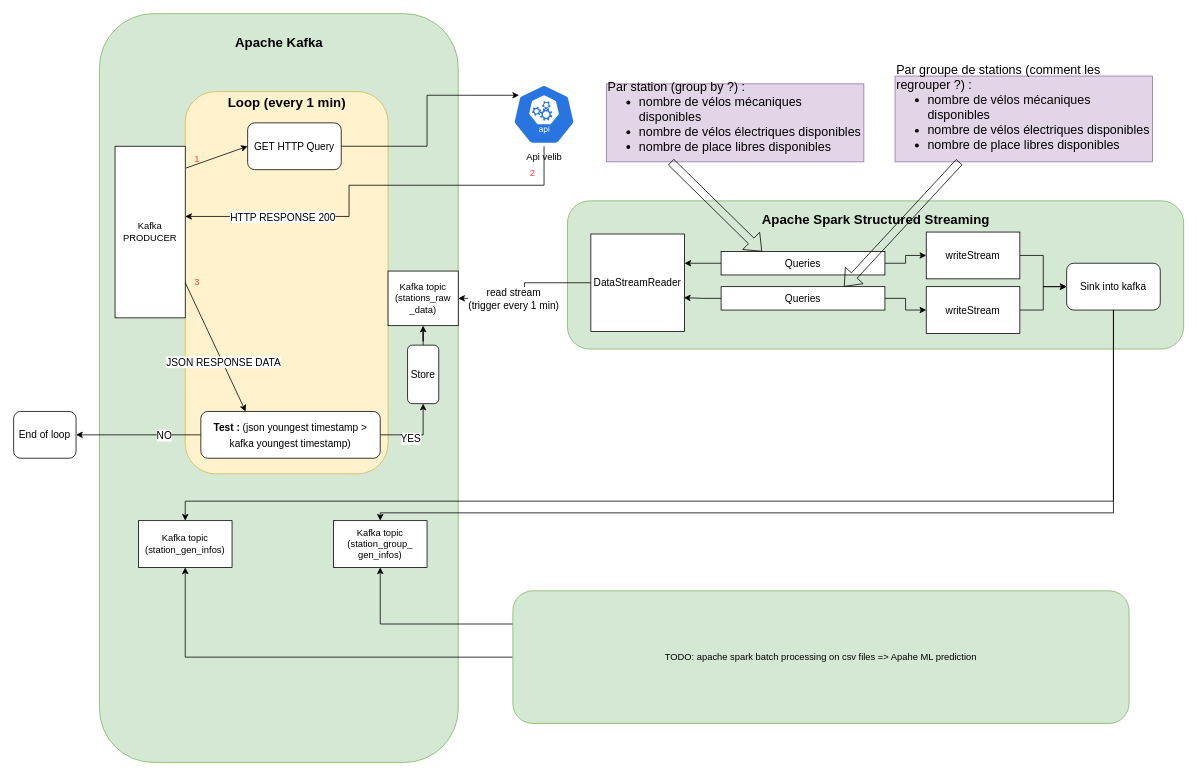
The draw.io diagram docs/App simple architecture.drawio in NicolasThaize/velib-prj, before the edit. Source tidied: cells renumbered, new cells numbered last; positions are measured from the earlier drawing's top-left corner, leaving out a move shared by most shapes. Both pictures are drawn from the tidied source at 78%, with x=0, y=0 at pixel (13, 13).
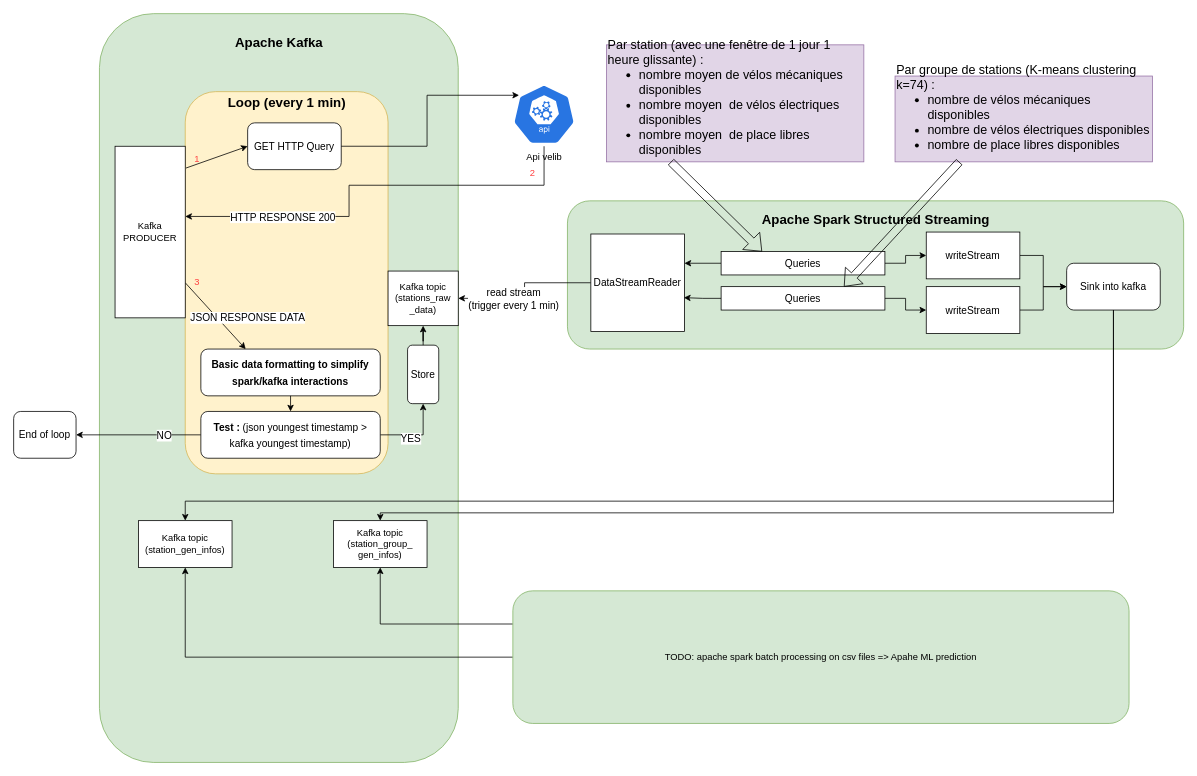
After the change.

Unchanged cells that the change refers to:
```xml
<mxCell id="9" style="group;" parent="1" vertex="1">
  <mxGeometry x="220" y="100" width="260" height="490" as="geometry" />
</mxCell>
<mxCell id="10" style="rounded=1;whiteSpace=wrap;html=1;fillColor=#fff2cc;strokeColor=#d6b656;" parent="9" vertex="1">
  <mxGeometry width="260" height="490" as="geometry" />
</mxCell>
<mxCell id="25" value="&lt;font style=&quot;font-size: 13px;&quot;&gt;&lt;b&gt;Test : &lt;/b&gt;(json youngest timestamp &amp;gt; kafka youngest timestamp)&lt;/font&gt;" style="rounded=1;whiteSpace=wrap;html=1;fontSize=17;fontColor=#000000;" parent="1" vertex="1">
  <mxGeometry x="240" y="510" width="230" height="60" as="geometry" />
</mxCell>
```

What changed in the source:
```diff
@@
+    <mxCell id="58" value="&lt;span style=&quot;font-size: 13px;&quot;&gt;&lt;b&gt;Basic data formatting to simplify spark/kafka interactions&lt;/b&gt;&lt;/span&gt;" style="rounded=1;whiteSpace=wrap;html=1;fontSize=17;fontColor=#000000;" parent="9" vertex="1">
+      <mxGeometry x="20" y="330" width="230" height="60" as="geometry" />
+    </mxCell>
+    <mxCell id="19" style="endArrow=classic;html=1;rounded=0;fontSize=17;fontColor=#000000;exitX=0;exitY=0.5;exitDx=0;exitDy=0;entryX=0.25;entryY=0;entryDx=0;entryDy=0;" parent="9" edge="1" source="10" target="58">
+      <mxGeometry relative="1" as="geometry" />
+    </mxCell>
+    <mxCell id="20" value="JSON RESPONSE DATA" style="edgeLabel;html=1;align=center;verticalAlign=middle;fontSize=13;fontColor=#000000;" parent="19" vertex="1">
+      <mxGeometry x="0.24" y="1" relative="1" as="geometry">
+        <mxPoint x="31" y="-7" as="offset" />
+      </mxGeometry>
+    </mxCell>
@@
-    <mxCell id="19" style="endArrow=classic;html=1;rounded=0;fontSize=17;fontColor=#000000;entryX=0.25;entryY=0;entryDx=0;entryDy=0;exitX=0;exitY=0.5;exitDx=0;exitDy=0;" parent="1" edge="1" source="10" target="25">
-      <mxGeometry relative="1" as="geometry" />
-    </mxCell>
-    <mxCell id="20" value="JSON RESPONSE DATA" style="edgeLabel;html=1;align=center;verticalAlign=middle;fontSize=13;fontColor=#000000;" parent="19" vertex="1">
-      <mxGeometry x="0.24" y="1" relative="1" as="geometry" />
-    </mxCell>
@@
-    <mxCell id="49" value="&lt;div style=&quot;&quot;&gt;&lt;font face=&quot;Montserrat&quot;&gt;&lt;span style=&quot;font-size: 16px;&quot;&gt;Par station (group by ?) :&lt;/span&gt;&lt;/font&gt;&lt;/div&gt;&lt;ul style=&quot;box-sizing: border-box; margin-top: 0px; margin-bottom: 1rem; font-family: Montserrat; font-size: 16px;&quot;&gt;&lt;li style=&quot;box-sizing: border-box;&quot;&gt;nombre de vélos mécaniques disponibles&lt;/li&gt;&lt;li style=&quot;box-sizing: border-box;&quot;&gt;nombre de vélos électriques disponibles&lt;/li&gt;&lt;li style=&quot;box-sizing: border-box;&quot;&gt;nombre de place libres disponibles&lt;/li&gt;&lt;/ul&gt;" style="text;html=1;strokeColor=#9673a6;fillColor=#e1d5e7;align=left;verticalAlign=middle;whiteSpace=wrap;rounded=0;" parent="1" vertex="1">
-      <mxGeometry x="760" y="90" width="330" height="100" as="geometry" />
+    <mxCell id="49" value="&lt;div style=&quot;&quot;&gt;&lt;font face=&quot;Montserrat&quot;&gt;&lt;span style=&quot;font-size: 16px;&quot;&gt;Par station (avec une fenêtre de 1 jour 1 heure glissante) :&lt;/span&gt;&lt;/font&gt;&lt;/div&gt;&lt;ul style=&quot;box-sizing: border-box; margin-top: 0px; margin-bottom: 1rem; font-family: Montserrat; font-size: 16px;&quot;&gt;&lt;li style=&quot;box-sizing: border-box;&quot;&gt;nombre moyen de vélos mécaniques disponibles&lt;/li&gt;&lt;li style=&quot;box-sizing: border-box;&quot;&gt;nombre moyen&amp;nbsp;&amp;nbsp;de vélos électriques disponibles&lt;/li&gt;&lt;li style=&quot;box-sizing: border-box;&quot;&gt;nombre moyen&amp;nbsp;&amp;nbsp;de place libres disponibles&lt;/li&gt;&lt;/ul&gt;" style="text;html=1;strokeColor=#9673a6;fillColor=#e1d5e7;align=left;verticalAlign=middle;whiteSpace=wrap;rounded=0;" parent="1" vertex="1">
+      <mxGeometry x="760" y="40" width="330" height="150" as="geometry" />
     </mxCell>
@@
-    <mxCell id="56" value="&lt;div style=&quot;&quot;&gt;&lt;font face=&quot;Montserrat&quot;&gt;&lt;span style=&quot;font-size: 16px;&quot;&gt;Par groupe de stations (comment les regrouper ?) :&lt;/span&gt;&lt;/font&gt;&lt;/div&gt;&lt;ul style=&quot;box-sizing: border-box; margin-top: 0px; margin-bottom: 1rem; font-family: Montserrat; font-size: 16px;&quot;&gt;&lt;li style=&quot;box-sizing: border-box;&quot;&gt;nombre de vélos mécaniques disponibles&lt;/li&gt;&lt;li style=&quot;box-sizing: border-box;&quot;&gt;nombre de vélos électriques disponibles&lt;/li&gt;&lt;li style=&quot;box-sizing: border-box;&quot;&gt;nombre de place libres disponibles&lt;/li&gt;&lt;/ul&gt;&lt;div style=&quot;&quot;&gt;&lt;br&gt;&lt;/div&gt;" style="text;html=1;strokeColor=#9673a6;fillColor=#e1d5e7;align=left;verticalAlign=middle;whiteSpace=wrap;rounded=0;" parent="1" vertex="1">
+    <mxCell id="56" value="&lt;div style=&quot;&quot;&gt;&lt;font face=&quot;Montserrat&quot;&gt;&lt;span style=&quot;font-size: 16px;&quot;&gt;Par groupe de stations (K-means clustering k=74) :&lt;/span&gt;&lt;/font&gt;&lt;/div&gt;&lt;ul style=&quot;box-sizing: border-box; margin-top: 0px; margin-bottom: 1rem; font-family: Montserrat; font-size: 16px;&quot;&gt;&lt;li style=&quot;box-sizing: border-box;&quot;&gt;nombre de vélos mécaniques disponibles&lt;/li&gt;&lt;li style=&quot;box-sizing: border-box;&quot;&gt;nombre de vélos électriques disponibles&lt;/li&gt;&lt;li style=&quot;box-sizing: border-box;&quot;&gt;nombre de place libres disponibles&lt;/li&gt;&lt;/ul&gt;&lt;div style=&quot;&quot;&gt;&lt;br&gt;&lt;/div&gt;" style="text;html=1;strokeColor=#9673a6;fillColor=#e1d5e7;align=left;verticalAlign=middle;whiteSpace=wrap;rounded=0;" parent="1" vertex="1">
       <mxGeometry x="1130" y="80" width="330" height="110" as="geometry" />
     </mxCell>
@@
+    <mxCell id="59" style="endArrow=classic;html=1;rounded=0;fontSize=17;fontColor=#000000;exitX=0.5;exitY=1;exitDx=0;exitDy=0;" parent="1" edge="1" source="58">
+      <mxGeometry relative="1" as="geometry">
+        <mxPoint x="355" y="510" as="targetPoint" />
+      </mxGeometry>
+    </mxCell>
```
